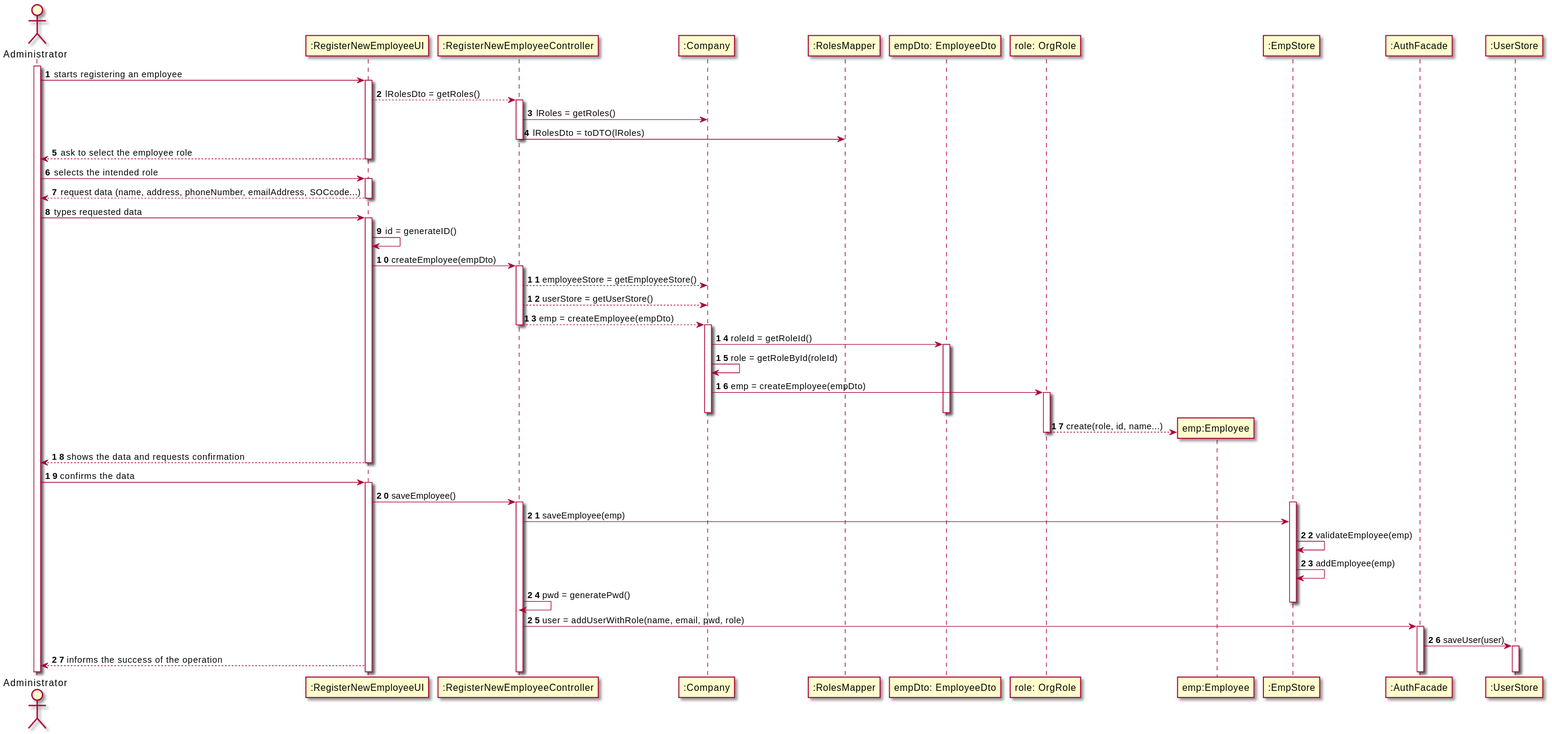
Earlier version of the PlantUML export docs/SprintB/US07/US07-SD.svg (0franciscor/lei-21-s2-1de-g19).
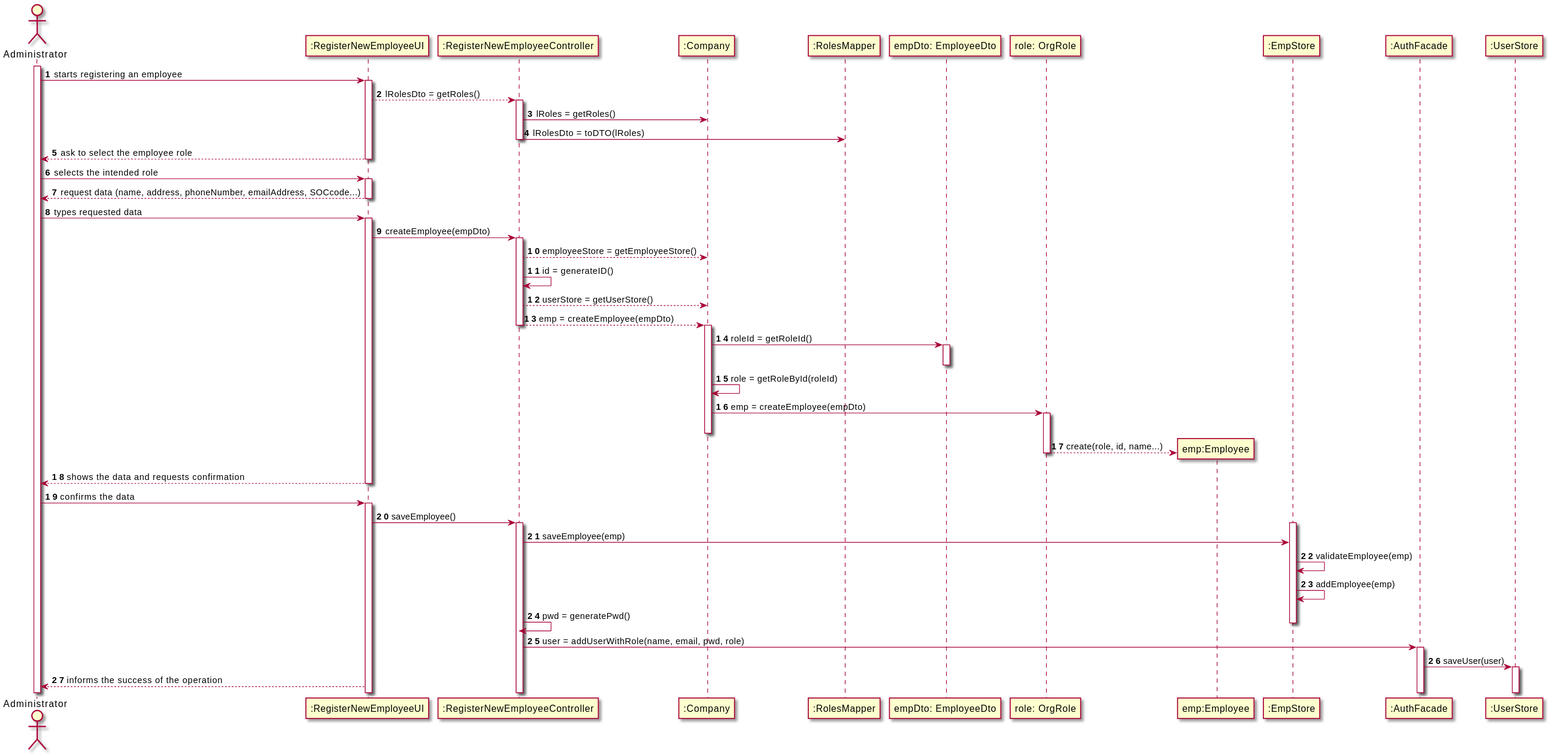
The same diagram one commit later.

Commit message:
Correçao de erros presentes no SD da US7.

Change to the diagram source:
```diff
@@ -18,16 +18,17 @@
 deactivate ":RegisterNewEmployeeUI"
 A -> ":RegisterNewEmployeeUI" : types requested data
 activate ":RegisterNewEmployeeUI"
-":RegisterNewEmployeeUI" -> ":RegisterNewEmployeeUI" : id = generateID()
 ":RegisterNewEmployeeUI" -> ":RegisterNewEmployeeController" : createEmployee(empDto)
 activate ":RegisterNewEmployeeController"
 ":RegisterNewEmployeeController" --> ":Company" : employeeStore = getEmployeeStore()
+":RegisterNewEmployeeController" -> ":RegisterNewEmployeeController" : id = generateID()
 ":RegisterNewEmployeeController" --> ":Company" : userStore = getUserStore()
 ":RegisterNewEmployeeController" --> ":Company" : emp = createEmployee(empDto)
 deactivate ":RegisterNewEmployeeController"
 activate ":Company"
 ":Company" -> "empDto: EmployeeDto" : roleId = getRoleId()
 activate "empDto: EmployeeDto"
+deactivate "empDto: EmployeeDto"
 ":Company" -> ":Company" : role = getRoleById(roleId)
 ":Company" -> "role: OrgRole" : emp = createEmployee(empDto)
 activate "role: OrgRole"
```
